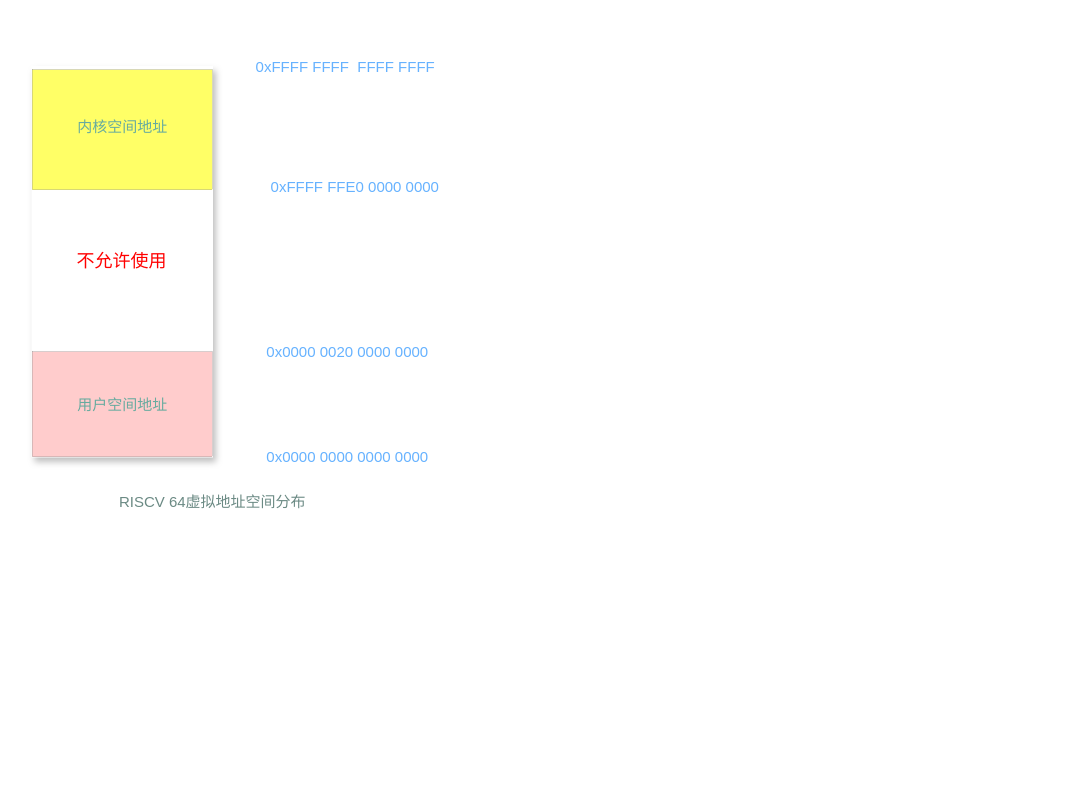
The draw.io diagram kernel_fs/Untitled Diagram.drawio in zhoulanyang/mOs, before the edit. Source tidied: cells renumbered, new cells numbered last; positions are measured from the earlier drawing's top-left corner, leaving out a move shared by most shapes. Both pictures are drawn from the tidied source at 150%, with x=0, y=0 at pixel (32, 51).
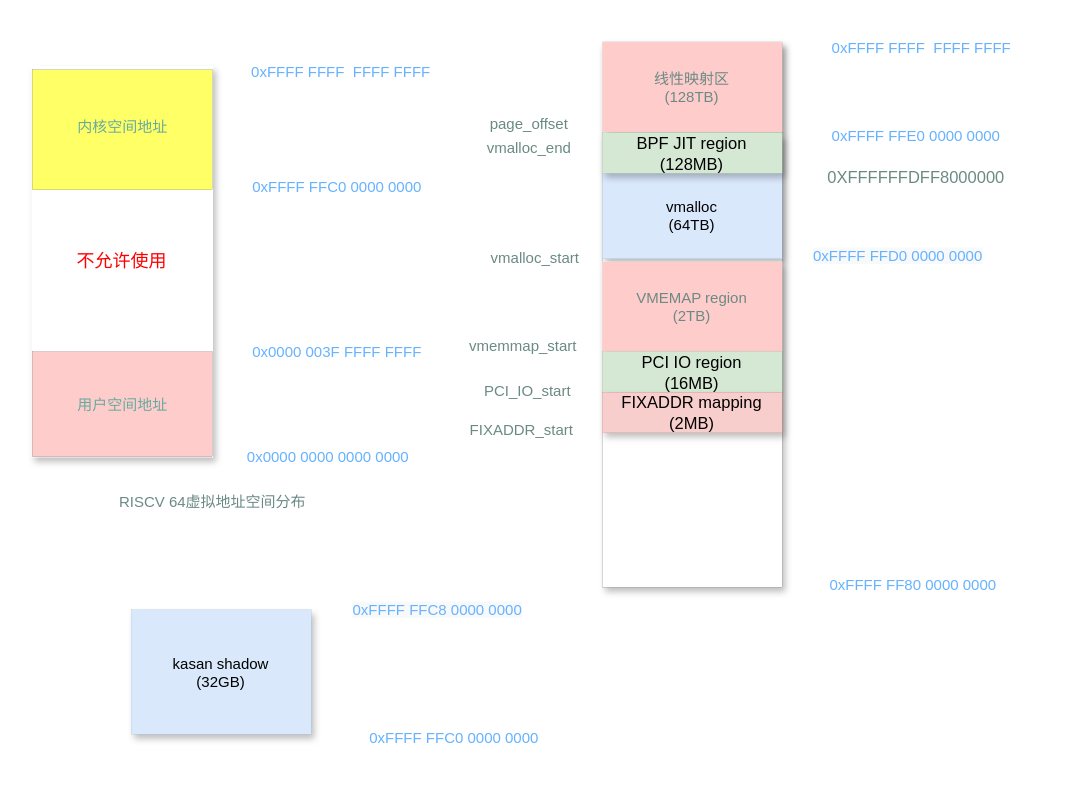
The same page after the edit.

Change to the diagram source:
```diff
@@
+    <mxCell id="12" style="whiteSpace=wrap;html=1;shadow=1;fontSize=10;strokeWidth=0;" parent="1" vertex="1">
+      <mxGeometry x="380" y="-6.5" width="120" height="363.5" as="geometry" />
+    </mxCell>
@@
-    <mxCell id="7" value="0xFFFF FFE0 0000 0000" style="text;html=1;align=center;verticalAlign=middle;fillColor=none;strokeColor=none;rounded=0;shadow=1;fontSize=10;fontColor=#66B2FF;" parent="1" vertex="1">
-      <mxGeometry x="140" y="80" width="150" height="20" as="geometry" />
+    <mxCell id="7" value="0xFFFF FFC0 0000 0000" style="text;html=1;align=center;verticalAlign=middle;fillColor=none;strokeColor=none;rounded=0;shadow=1;fontSize=10;fontColor=#66B2FF;" parent="1" vertex="1">
+      <mxGeometry x="130" y="82" width="145" height="16" as="geometry" />
     </mxCell>
     <mxCell id="8" value="0xFFFF FFFF&amp;nbsp; FFFF FFFF&amp;nbsp;" style="text;html=1;align=center;verticalAlign=middle;fillColor=none;strokeColor=none;rounded=0;shadow=1;fontSize=10;fontColor=#66B2FF;" parent="1" vertex="1">
-      <mxGeometry x="130" width="160" height="20" as="geometry" />
+      <mxGeometry x="127" y="3" width="160" height="20" as="geometry" />
     </mxCell>
-    <mxCell id="9" value="0x0000 0020 0000 0000" style="text;html=1;align=center;verticalAlign=middle;fillColor=none;strokeColor=none;rounded=0;shadow=1;fontSize=10;fontColor=#66B2FF;" parent="1" vertex="1">
-      <mxGeometry x="140" y="190" width="140" height="20" as="geometry" />
+    <mxCell id="9" value="0x0000 003F FFFF FFFF" style="text;html=1;align=center;verticalAlign=middle;fillColor=none;strokeColor=none;rounded=0;shadow=1;fontSize=10;fontColor=#66B2FF;" parent="1" vertex="1">
+      <mxGeometry x="130" y="192" width="145" height="16" as="geometry" />
     </mxCell>
     <mxCell id="10" value="&lt;font&gt;0x0000 0000 0000 0000&lt;/font&gt;" style="text;html=1;align=center;verticalAlign=middle;fillColor=none;strokeColor=none;rounded=0;shadow=1;fontSize=10;fontColor=#66B2FF;" parent="1" vertex="1">
-      <mxGeometry x="140" y="260" width="140" height="20" as="geometry" />
+      <mxGeometry x="127" y="260" width="140" height="20" as="geometry" />
     </mxCell>
@@
+    <mxCell id="13" value="线性映射区&lt;br&gt;(128TB)" style="whiteSpace=wrap;html=1;shadow=1;fontSize=10;fontColor=#6B8A84;strokeColor=#FFFFFF;strokeWidth=0;fillColor=#FFCCCC;" parent="1" vertex="1">
+      <mxGeometry x="380" y="-6.5" width="120" height="60" as="geometry" />
+    </mxCell>
+    <mxCell id="14" value="0xFFFF FFE0 0000 0000" style="text;html=1;align=center;verticalAlign=middle;fillColor=none;strokeColor=none;rounded=0;shadow=1;fontSize=10;fontColor=#66B2FF;" parent="1" vertex="1">
+      <mxGeometry x="514" y="46" width="150" height="20" as="geometry" />
+    </mxCell>
+    <mxCell id="15" value="0xFFFF FFFF&amp;nbsp; FFFF FFFF&amp;nbsp;" style="text;html=1;align=center;verticalAlign=middle;fillColor=none;strokeColor=none;rounded=0;shadow=1;fontSize=10;fontColor=#66B2FF;" parent="1" vertex="1">
+      <mxGeometry x="514" y="-13" width="160" height="20" as="geometry" />
+    </mxCell>
+    <mxCell id="16" value="&lt;br&gt;&lt;br&gt;vmalloc&lt;br&gt;(64TB)" style="whiteSpace=wrap;html=1;shadow=1;fontSize=10;strokeColor=#6c8ebf;strokeWidth=0;fillColor=#dae8fc;" parent="1" vertex="1">
+      <mxGeometry x="380" y="55" width="120" height="83" as="geometry" />
+    </mxCell>
+    <mxCell id="17" value="&lt;span style=&quot;color: rgb(102 , 178 , 255) ; font-family: &amp;#34;helvetica&amp;#34; ; font-size: 10px ; font-style: normal ; font-weight: 400 ; letter-spacing: normal ; text-align: center ; text-indent: 0px ; text-transform: none ; word-spacing: 0px ; background-color: rgb(248 , 249 , 250) ; display: inline ; float: none&quot;&gt;0xFFFF FFD0 0000 0000&lt;/span&gt;" style="text;whiteSpace=wrap;html=1;fontSize=10;fontColor=#6B8A84;" parent="1" vertex="1">
+      <mxGeometry x="519" y="124" width="155" height="26" as="geometry" />
+    </mxCell>
+    <mxCell id="18" value="page_offset" style="text;html=1;align=center;verticalAlign=middle;fillColor=none;strokeColor=none;rounded=0;shadow=1;fontSize=10;fontColor=#6B8A84;" parent="1" vertex="1">
+      <mxGeometry x="294" y="40" width="73" height="16" as="geometry" />
+    </mxCell>
+    <mxCell id="19" value="&lt;font style=&quot;font-size: 11px&quot;&gt;BPF JIT region&lt;br&gt;(128MB)&lt;/font&gt;" style="whiteSpace=wrap;html=1;shadow=1;fontSize=10;strokeColor=#82b366;strokeWidth=0;fillColor=#d5e8d4;" parent="1" vertex="1">
+      <mxGeometry x="380" y="54" width="120" height="27" as="geometry" />
+    </mxCell>
+    <mxCell id="20" value="0XFFFFFFDFF8000000" style="text;html=1;align=center;verticalAlign=middle;fillColor=none;strokeColor=none;rounded=0;shadow=1;fontSize=11;fontColor=#6B8A84;" parent="1" vertex="1">
+      <mxGeometry x="519.5" y="75" width="139" height="17" as="geometry" />
+    </mxCell>
+    <mxCell id="21" value="vmalloc_start" style="text;html=1;align=center;verticalAlign=middle;fillColor=none;strokeColor=none;rounded=0;shadow=1;fontSize=10;fontColor=#6B8A84;" parent="1" vertex="1">
+      <mxGeometry x="294" y="129" width="81" height="16" as="geometry" />
+    </mxCell>
+    <mxCell id="22" value="vmalloc_end" style="text;html=1;align=center;verticalAlign=middle;fillColor=none;strokeColor=none;rounded=0;shadow=1;fontSize=10;fontColor=#6B8A84;" parent="1" vertex="1">
+      <mxGeometry x="292" y="56" width="77" height="16" as="geometry" />
+    </mxCell>
+    <mxCell id="23" value="VMEMAP region&lt;br&gt;(2TB)" style="whiteSpace=wrap;html=1;shadow=1;fontSize=10;fontColor=#6B8A84;strokeColor=#FFFFFF;strokeWidth=0;fillColor=#FFCCCC;" parent="1" vertex="1">
+      <mxGeometry x="380" y="140" width="120" height="60" as="geometry" />
+    </mxCell>
+    <mxCell id="24" value="vmemmap_start" style="text;html=1;align=center;verticalAlign=middle;fillColor=none;strokeColor=none;rounded=0;shadow=1;fontSize=10;fontColor=#6B8A84;" parent="1" vertex="1">
+      <mxGeometry x="279" y="188" width="96" height="16" as="geometry" />
+    </mxCell>
+    <mxCell id="25" value="0xFFFF FF80 0000 0000" style="text;html=1;align=center;verticalAlign=middle;fillColor=none;strokeColor=none;rounded=0;shadow=1;fontSize=10;fontColor=#66B2FF;" parent="1" vertex="1">
+      <mxGeometry x="512" y="345" width="150" height="20" as="geometry" />
+    </mxCell>
+    <mxCell id="26" value="&lt;font style=&quot;font-size: 11px&quot;&gt;PCI IO region&lt;br&gt;(16MB)&lt;/font&gt;" style="whiteSpace=wrap;html=1;shadow=1;fontSize=10;strokeColor=#82b366;strokeWidth=0;fillColor=#d5e8d4;" parent="1" vertex="1">
+      <mxGeometry x="380" y="200" width="120" height="27" as="geometry" />
+    </mxCell>
+    <mxCell id="27" value="&lt;font style=&quot;font-size: 11px&quot;&gt;FIXADDR mapping&lt;br&gt;(2MB)&lt;/font&gt;" style="whiteSpace=wrap;html=1;shadow=1;fontSize=10;strokeColor=#b85450;strokeWidth=0;fillColor=#f8cecc;" parent="1" vertex="1">
+      <mxGeometry x="380" y="227" width="120" height="27" as="geometry" />
+    </mxCell>
+    <mxCell id="28" value="PCI_IO_start" style="text;html=1;align=center;verticalAlign=middle;fillColor=none;strokeColor=none;rounded=0;shadow=1;fontSize=10;fontColor=#6B8A84;" parent="1" vertex="1">
+      <mxGeometry x="290" y="218" width="79" height="16" as="geometry" />
+    </mxCell>
+    <mxCell id="29" value="FIXADDR_start" style="text;html=1;align=center;verticalAlign=middle;fillColor=none;strokeColor=none;rounded=0;shadow=1;fontSize=10;fontColor=#6B8A84;" parent="1" vertex="1">
+      <mxGeometry x="279" y="244" width="93" height="16" as="geometry" />
+    </mxCell>
+    <mxCell id="30" value="kasan shadow&lt;br&gt;(32GB)" style="whiteSpace=wrap;html=1;shadow=1;fontSize=10;strokeColor=#6c8ebf;strokeWidth=0;fillColor=#dae8fc;" parent="1" vertex="1">
+      <mxGeometry x="66" y="372" width="120" height="83" as="geometry" />
+    </mxCell>
+    <mxCell id="31" value="0xFFFF FFC0 0000 0000" style="text;html=1;align=center;verticalAlign=middle;fillColor=none;strokeColor=none;rounded=0;shadow=1;fontSize=10;fontColor=#66B2FF;" parent="1" vertex="1">
+      <mxGeometry x="208" y="449" width="145" height="16" as="geometry" />
+    </mxCell>
+    <mxCell id="32" value="&lt;span style=&quot;color: rgb(102 , 178 , 255) ; font-family: &amp;#34;helvetica&amp;#34; ; font-size: 10px ; font-style: normal ; font-weight: 400 ; letter-spacing: normal ; text-align: center ; text-indent: 0px ; text-transform: none ; word-spacing: 0px ; background-color: rgb(248 , 249 , 250) ; display: inline ; float: none&quot;&gt;0xFFFF FFC8 0000 0000&lt;/span&gt;" style="text;whiteSpace=wrap;html=1;fontSize=11;fontColor=#6B8A84;" parent="1" vertex="1">
+      <mxGeometry x="212" y="359" width="155" height="27" as="geometry" />
+    </mxCell>
```
